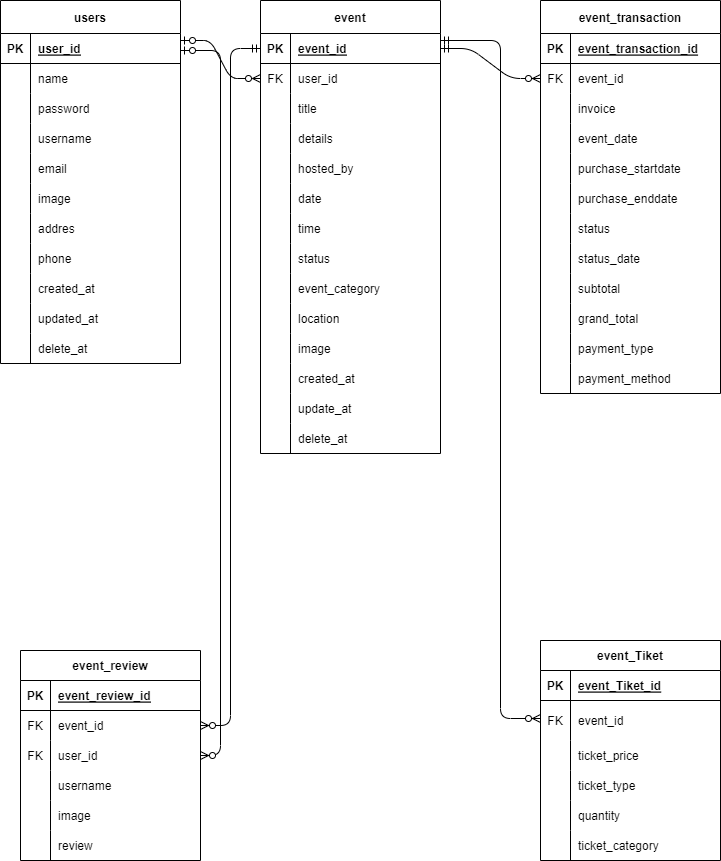
wanta-zulfikri/Event-Planning-App keeps this draw.io diagram as docs/ERD Event App.drawio.png. Above is the earlier version. Source tidied: cells renumbered, new cells last; positions are measured from the earlier drawing's top-left corner, leaving out a move shared by most shapes.
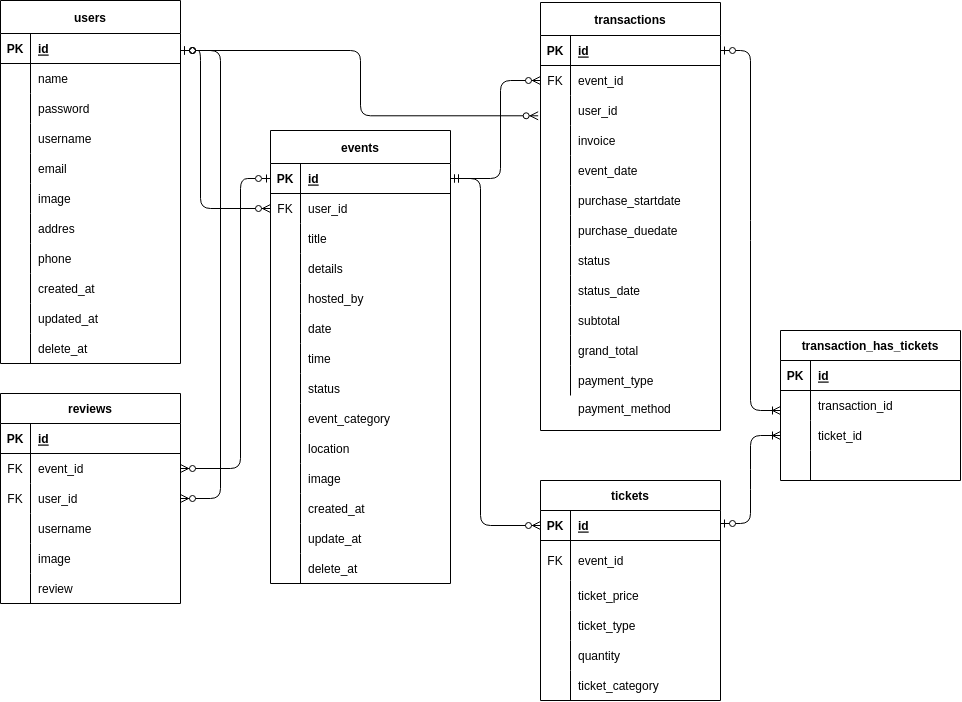
The same file after the commit.

Change to the diagram source:
```diff
@@ -5,3 +5,3 @@
     <mxCell id="2" value="users" style="shape=table;startSize=33;rowLines=0;fontStyle=1;align=center;" parent="1" vertex="1">
-      <mxGeometry width="180" height="363" as="geometry" />
+      <mxGeometry x="370" y="180" width="180" height="363" as="geometry" />
     </mxCell>
@@ -13,3 +13,3 @@
     </mxCell>
-    <mxCell id="5" value="user_id" style="shape=partialRectangle;fillColor=none;top=0;left=0;bottom=0;right=0;align=left;spacingLeft=6;fontStyle=5;overflow=hidden;" parent="3" vertex="1">
+    <mxCell id="5" value="id" style="shape=partialRectangle;fillColor=none;top=0;left=0;bottom=0;right=0;align=left;spacingLeft=6;fontStyle=5;overflow=hidden;" parent="3" vertex="1">
       <mxGeometry x="30" width="150" height="30" as="geometry" />
@@ -106,4 +106,4 @@
     </mxCell>
-    <mxCell id="36" value="event" style="shape=table;startSize=33;rowLines=0;fontStyle=1;align=center;" parent="1" vertex="1">
-      <mxGeometry x="260" width="180" height="453" as="geometry" />
+    <mxCell id="36" value="events" style="shape=table;startSize=33;rowLines=0;fontStyle=1;align=center;" parent="1" vertex="1">
+      <mxGeometry x="640" y="310" width="180" height="453" as="geometry" />
     </mxCell>
@@ -115,3 +115,3 @@
     </mxCell>
-    <mxCell id="39" value="event_id" style="shape=partialRectangle;fillColor=none;top=0;left=0;bottom=0;right=0;align=left;spacingLeft=6;fontStyle=5;overflow=hidden;" parent="37" vertex="1">
+    <mxCell id="39" value="id" style="shape=partialRectangle;fillColor=none;top=0;left=0;bottom=0;right=0;align=left;spacingLeft=6;fontStyle=5;overflow=hidden;" parent="37" vertex="1">
       <mxGeometry x="30" width="150" height="30" as="geometry" />
@@ -235,4 +235,4 @@
     </mxCell>
-    <mxCell id="79" value="event_transaction" style="shape=table;startSize=33;rowLines=0;fontStyle=1;align=center;" parent="1" vertex="1">
-      <mxGeometry x="540" width="180" height="393" as="geometry" />
+    <mxCell id="79" value="transactions" style="shape=table;startSize=33;rowLines=0;fontStyle=1;align=center;" parent="1" vertex="1">
+      <mxGeometry x="910" y="182" width="180" height="428" as="geometry" />
     </mxCell>
@@ -244,3 +244,3 @@
     </mxCell>
-    <mxCell id="82" value="event_transaction_id" style="shape=partialRectangle;fillColor=none;top=0;left=0;bottom=0;right=0;align=left;spacingLeft=6;fontStyle=5;overflow=hidden;" parent="80" vertex="1">
+    <mxCell id="82" value="id" style="shape=partialRectangle;fillColor=none;top=0;left=0;bottom=0;right=0;align=left;spacingLeft=6;fontStyle=5;overflow=hidden;" parent="80" vertex="1">
       <mxGeometry x="30" width="150" height="30" as="geometry" />
@@ -262,3 +262,3 @@
     </mxCell>
-    <mxCell id="88" value="invoice" style="shape=partialRectangle;fillColor=none;top=0;left=0;bottom=0;right=0;align=left;spacingLeft=6;overflow=hidden;" parent="86" vertex="1">
+    <mxCell id="88" value="user_id" style="shape=partialRectangle;fillColor=none;top=0;left=0;bottom=0;right=0;align=left;spacingLeft=6;overflow=hidden;" parent="86" vertex="1">
       <mxGeometry x="30" width="150" height="30" as="geometry" />
@@ -271,3 +271,3 @@
     </mxCell>
-    <mxCell id="91" value="event_date" style="shape=partialRectangle;fillColor=none;top=0;left=0;bottom=0;right=0;align=left;spacingLeft=6;overflow=hidden;" parent="89" vertex="1">
+    <mxCell id="91" value="invoice" style="shape=partialRectangle;fillColor=none;top=0;left=0;bottom=0;right=0;align=left;spacingLeft=6;overflow=hidden;" parent="89" vertex="1">
       <mxGeometry x="30" width="150" height="30" as="geometry" />
@@ -280,3 +280,3 @@
     </mxCell>
-    <mxCell id="94" value="purchase_startdate" style="shape=partialRectangle;fillColor=none;top=0;left=0;bottom=0;right=0;align=left;spacingLeft=6;overflow=hidden;" parent="92" vertex="1">
+    <mxCell id="94" value="event_date" style="shape=partialRectangle;fillColor=none;top=0;left=0;bottom=0;right=0;align=left;spacingLeft=6;overflow=hidden;" parent="92" vertex="1">
       <mxGeometry x="30" width="150" height="30" as="geometry" />
@@ -289,3 +289,3 @@
     </mxCell>
-    <mxCell id="97" value="purchase_enddate" style="shape=partialRectangle;fillColor=none;top=0;left=0;bottom=0;right=0;align=left;spacingLeft=6;overflow=hidden;" parent="95" vertex="1">
+    <mxCell id="97" value="purchase_startdate" style="shape=partialRectangle;fillColor=none;top=0;left=0;bottom=0;right=0;align=left;spacingLeft=6;overflow=hidden;" parent="95" vertex="1">
       <mxGeometry x="30" width="150" height="30" as="geometry" />
@@ -298,3 +298,3 @@
     </mxCell>
-    <mxCell id="100" value="status" style="shape=partialRectangle;fillColor=none;top=0;left=0;bottom=0;right=0;align=left;spacingLeft=6;overflow=hidden;" parent="98" vertex="1">
+    <mxCell id="100" value="purchase_duedate" style="shape=partialRectangle;fillColor=none;top=0;left=0;bottom=0;right=0;align=left;spacingLeft=6;overflow=hidden;" parent="98" vertex="1">
       <mxGeometry x="30" width="150" height="30" as="geometry" />
@@ -307,3 +307,3 @@
     </mxCell>
-    <mxCell id="103" value="status_date" style="shape=partialRectangle;fillColor=none;top=0;left=0;bottom=0;right=0;align=left;spacingLeft=6;overflow=hidden;" parent="101" vertex="1">
+    <mxCell id="103" value="status" style="shape=partialRectangle;fillColor=none;top=0;left=0;bottom=0;right=0;align=left;spacingLeft=6;overflow=hidden;" parent="101" vertex="1">
       <mxGeometry x="30" width="150" height="30" as="geometry" />
@@ -316,3 +316,3 @@
     </mxCell>
-    <mxCell id="106" value="subtotal" style="shape=partialRectangle;fillColor=none;top=0;left=0;bottom=0;right=0;align=left;spacingLeft=6;overflow=hidden;" parent="104" vertex="1">
+    <mxCell id="106" value="status_date" style="shape=partialRectangle;fillColor=none;top=0;left=0;bottom=0;right=0;align=left;spacingLeft=6;overflow=hidden;" parent="104" vertex="1">
       <mxGeometry x="30" width="150" height="30" as="geometry" />
@@ -325,3 +325,3 @@
     </mxCell>
-    <mxCell id="109" value="grand_total " style="shape=partialRectangle;fillColor=none;top=0;left=0;bottom=0;right=0;align=left;spacingLeft=6;overflow=hidden;" parent="107" vertex="1">
+    <mxCell id="109" value="subtotal" style="shape=partialRectangle;fillColor=none;top=0;left=0;bottom=0;right=0;align=left;spacingLeft=6;overflow=hidden;" parent="107" vertex="1">
       <mxGeometry x="30" width="150" height="30" as="geometry" />
@@ -334,3 +334,3 @@
     </mxCell>
-    <mxCell id="112" value="payment_type" style="shape=partialRectangle;fillColor=none;top=0;left=0;bottom=0;right=0;align=left;spacingLeft=6;overflow=hidden;" parent="110" vertex="1">
+    <mxCell id="112" value="grand_total" style="shape=partialRectangle;fillColor=none;top=0;left=0;bottom=0;right=0;align=left;spacingLeft=6;overflow=hidden;" parent="110" vertex="1">
       <mxGeometry x="30" width="150" height="30" as="geometry" />
@@ -343,7 +343,7 @@
     </mxCell>
-    <mxCell id="115" value="payment_method" style="shape=partialRectangle;fillColor=none;top=0;left=0;bottom=0;right=0;align=left;spacingLeft=6;overflow=hidden;" parent="113" vertex="1">
+    <mxCell id="115" value="payment_type" style="shape=partialRectangle;fillColor=none;top=0;left=0;bottom=0;right=0;align=left;spacingLeft=6;overflow=hidden;" parent="113" vertex="1">
       <mxGeometry x="30" width="150" height="30" as="geometry" />
     </mxCell>
-    <mxCell id="116" value="event_review" style="shape=table;startSize=30;rowLines=0;fontStyle=1;align=center;" parent="1" vertex="1">
-      <mxGeometry x="20" y="650" width="180" height="210" as="geometry" />
+    <mxCell id="116" value="reviews" style="shape=table;startSize=30;rowLines=0;fontStyle=1;align=center;" parent="1" vertex="1">
+      <mxGeometry x="370" y="573" width="180" height="210" as="geometry" />
     </mxCell>
@@ -355,3 +355,3 @@
     </mxCell>
-    <mxCell id="119" value="event_review_id" style="shape=partialRectangle;fillColor=none;top=0;left=0;bottom=0;right=0;align=left;spacingLeft=6;fontStyle=5;overflow=hidden;" parent="117" vertex="1">
+    <mxCell id="119" value="id" style="shape=partialRectangle;fillColor=none;top=0;left=0;bottom=0;right=0;align=left;spacingLeft=6;fontStyle=5;overflow=hidden;" parent="117" vertex="1">
       <mxGeometry x="30" width="150" height="30" as="geometry" />
@@ -403,4 +403,4 @@
     </mxCell>
-    <mxCell id="135" value="event_Tiket" style="shape=table;startSize=30;rowLines=0;fontStyle=1;align=center;" parent="1" vertex="1">
-      <mxGeometry x="540" y="640" width="180" height="220" as="geometry" />
+    <mxCell id="135" value="tickets" style="shape=table;startSize=30;rowLines=0;fontStyle=1;align=center;" parent="1" vertex="1">
+      <mxGeometry x="910" y="660" width="180" height="220" as="geometry" />
     </mxCell>
@@ -412,3 +412,3 @@
     </mxCell>
-    <mxCell id="138" value="event_Tiket_id" style="shape=partialRectangle;fillColor=none;top=0;left=0;bottom=0;right=0;align=left;spacingLeft=6;fontStyle=5;overflow=hidden;" parent="136" vertex="1">
+    <mxCell id="138" value="id" style="shape=partialRectangle;fillColor=none;top=0;left=0;bottom=0;right=0;align=left;spacingLeft=6;fontStyle=5;overflow=hidden;" parent="136" vertex="1">
       <mxGeometry x="30" width="150" height="30" as="geometry" />
@@ -460,18 +460,8 @@
     </mxCell>
-    <mxCell id="154" style="edgeStyle=entityRelationEdgeStyle;fontSize=12;html=1;endArrow=ERzeroToMany;startArrow=ERzeroToOne;endFill=0;entryX=0;entryY=0.5;entryDx=0;entryDy=0;startFill=0;" parent="1" edge="1" target="40">
-      <mxGeometry relative="1" as="geometry">
-        <mxPoint x="180" y="40" as="sourcePoint" />
-      </mxGeometry>
-    </mxCell>
-    <mxCell id="155" style="edgeStyle=entityRelationEdgeStyle;fontSize=12;html=1;endArrow=ERzeroToMany;startArrow=ERmandOne;entryX=0;entryY=0.5;entryDx=0;entryDy=0;exitX=1;exitY=0.5;exitDx=0;exitDy=0;" parent="1" edge="1" source="37">
-      <mxGeometry relative="1" as="geometry">
-        <mxPoint x="540" y="78" as="targetPoint" />
-      </mxGeometry>
-    </mxCell>
-    <mxCell id="156" style="edgeStyle=elbowEdgeStyle;fontSize=12;html=1;endArrow=ERzeroToMany;startArrow=ERmandOne;entryX=0;entryY=0.5;entryDx=0;entryDy=0;" parent="1" edge="1">
+    <mxCell id="156" style="edgeStyle=elbowEdgeStyle;fontSize=12;html=1;endArrow=ERzeroToMany;startArrow=ERmandOne;entryX=0;entryY=0.5;entryDx=0;entryDy=0;exitX=1;exitY=0.5;exitDx=0;exitDy=0;" parent="1" edge="1" source="37" target="136">
       <mxGeometry relative="1" as="geometry">
-        <mxPoint x="440" y="40" as="sourcePoint" />
-        <mxPoint x="540" y="718" as="targetPoint" />
         <Array as="points">
-          <mxPoint x="500" y="560" />
+          <mxPoint x="850" y="530" />
+          <mxPoint x="860" y="230" />
+          <mxPoint x="870" y="740" />
         </Array>
@@ -479,13 +469,100 @@
     </mxCell>
+    <mxCell id="158" style="edgeStyle=elbowEdgeStyle;fontSize=12;html=1;endArrow=ERzeroToMany;startArrow=ERzeroToOne;entryX=1;entryY=0.5;entryDx=0;entryDy=0;startFill=0;" parent="1" edge="1" target="123">
+      <mxGeometry relative="1" as="geometry">
+        <mxPoint x="550" y="230" as="sourcePoint" />
+        <Array as="points">
+          <mxPoint x="590" y="580" />
+        </Array>
+      </mxGeometry>
+    </mxCell>
+    <mxCell id="159" value="transaction_has_tickets" style="shape=table;startSize=30;rowLines=0;fontStyle=1;align=center;" parent="1" vertex="1">
+      <mxGeometry x="1150" y="510" width="180" height="150" as="geometry" />
+    </mxCell>
+    <mxCell id="160" style="shape=tableRow;horizontal=0;startSize=0;swimlaneHead=0;swimlaneBody=0;fillColor=none;top=0;left=0;right=0;bottom=1;" parent="159" vertex="1">
+      <mxGeometry y="30" width="180" height="30" as="geometry" />
+    </mxCell>
+    <mxCell id="161" value="PK" style="shape=partialRectangle;fillColor=none;top=0;left=0;bottom=0;right=0;fontStyle=1;overflow=hidden;" parent="160" vertex="1">
+      <mxGeometry width="30" height="30" as="geometry" />
+    </mxCell>
+    <mxCell id="162" value="id" style="shape=partialRectangle;fillColor=none;top=0;left=0;bottom=0;right=0;align=left;spacingLeft=6;fontStyle=5;overflow=hidden;" parent="160" vertex="1">
+      <mxGeometry x="30" width="150" height="30" as="geometry" />
+    </mxCell>
+    <mxCell id="163" style="shape=tableRow;horizontal=0;startSize=0;swimlaneHead=0;swimlaneBody=0;fillColor=none;points=[[0,0.5],[1,0.5]];portConstraint=eastwest;top=0;left=0;right=0;bottom=0;" parent="159" vertex="1">
+      <mxGeometry y="60" width="180" height="30" as="geometry" />
+    </mxCell>
+    <mxCell id="164" style="shape=partialRectangle;fillColor=none;top=0;left=0;bottom=0;right=0;overflow=hidden;" parent="163" vertex="1">
+      <mxGeometry width="30" height="30" as="geometry" />
+    </mxCell>
+    <mxCell id="165" value="transaction_id" style="shape=partialRectangle;fillColor=none;top=0;left=0;bottom=0;right=0;align=left;spacingLeft=6;overflow=hidden;" parent="163" vertex="1">
+      <mxGeometry x="30" width="150" height="30" as="geometry" />
+    </mxCell>
+    <mxCell id="166" style="shape=tableRow;horizontal=0;startSize=0;swimlaneHead=0;swimlaneBody=0;fillColor=none;points=[[0,0.5],[1,0.5]];portConstraint=eastwest;top=0;left=0;right=0;bottom=0;" parent="159" vertex="1">
+      <mxGeometry y="90" width="180" height="30" as="geometry" />
+    </mxCell>
+    <mxCell id="167" style="shape=partialRectangle;fillColor=none;top=0;left=0;bottom=0;right=0;overflow=hidden;" parent="166" vertex="1">
+      <mxGeometry width="30" height="30" as="geometry" />
+    </mxCell>
+    <mxCell id="168" value="ticket_id" style="shape=partialRectangle;fillColor=none;top=0;left=0;bottom=0;right=0;align=left;spacingLeft=6;overflow=hidden;" parent="166" vertex="1">
+      <mxGeometry x="30" width="150" height="30" as="geometry" />
+    </mxCell>
+    <mxCell id="169" style="shape=tableRow;horizontal=0;startSize=0;swimlaneHead=0;swimlaneBody=0;fillColor=none;top=0;left=0;right=0;bottom=0;" parent="159" vertex="1">
+      <mxGeometry y="120" width="180" height="30" as="geometry" />
+    </mxCell>
+    <mxCell id="170" style="shape=partialRectangle;fillColor=none;top=0;left=0;bottom=0;right=0;overflow=hidden;" parent="169" vertex="1">
+      <mxGeometry width="30" height="30" as="geometry" />
+    </mxCell>
+    <mxCell id="171" style="shape=partialRectangle;fillColor=none;top=0;left=0;bottom=0;right=0;align=left;spacingLeft=6;overflow=hidden;" parent="169" vertex="1">
+      <mxGeometry x="30" width="150" height="30" as="geometry" />
+    </mxCell>
+    <mxCell id="172" style="edgeStyle=elbowEdgeStyle;fontSize=12;html=1;endArrow=ERzeroToMany;startArrow=ERmandOne;exitX=1;exitY=0.5;exitDx=0;exitDy=0;entryX=0;entryY=0.5;entryDx=0;entryDy=0;" parent="1" edge="1" target="83">
+      <mxGeometry relative="1" as="geometry">
+        <mxPoint x="820" y="358" as="sourcePoint" />
+        <Array as="points">
+          <mxPoint x="870" y="370" />
+          <mxPoint x="860" y="230" />
+          <mxPoint x="870" y="740" />
+        </Array>
+      </mxGeometry>
+    </mxCell>
+    <mxCell id="173" style="edgeStyle=elbowEdgeStyle;fontSize=12;html=1;endArrow=ERzeroToMany;startArrow=ERzeroToOne;entryX=0;entryY=0.5;entryDx=0;entryDy=0;startFill=0;" parent="1" edge="1" target="40">
+      <mxGeometry relative="1" as="geometry">
+        <mxPoint x="550" y="230" as="sourcePoint" />
+        <Array as="points">
+          <mxPoint x="570" y="310" />
+        </Array>
+      </mxGeometry>
+    </mxCell>
+    <mxCell id="174" style="edgeStyle=elbowEdgeStyle;fontSize=12;html=1;endArrow=ERzeroToMany;startArrow=ERzeroToOne;startFill=0;entryX=-0.013;entryY=0.843;entryDx=0;entryDy=0;entryPerimeter=0;" parent="1" edge="1" target="175">
+      <mxGeometry relative="1" as="geometry">
+        <mxPoint x="550" y="230" as="sourcePoint" />
+        <Array as="points">
+          <mxPoint x="730" y="260" />
+        </Array>
+      </mxGeometry>
+    </mxCell>
-    <mxCell id="157" style="edgeStyle=entityRelationEdgeStyle;fontSize=12;html=1;endArrow=ERzeroToMany;startArrow=ERmandOne;entryX=1;entryY=0.5;entryDx=0;entryDy=0;exitX=0;exitY=0.5;exitDx=0;exitDy=0;" parent="1" edge="1" source="37" target="120">
-      <mxGeometry relative="1" as="geometry" />
+    <mxCell id="157" style="edgeStyle=elbowEdgeStyle;fontSize=12;html=1;endArrow=ERzeroToMany;startArrow=ERzeroToOne;entryX=1;entryY=0.5;entryDx=0;entryDy=0;startFill=0;exitX=0;exitY=0.5;exitDx=0;exitDy=0;" parent="1" edge="1" source="37" target="120">
+      <mxGeometry relative="1" as="geometry">
+        <Array as="points">
+          <mxPoint x="610" y="510" />
+          <mxPoint x="590" y="610" />
+        </Array>
+      </mxGeometry>
     </mxCell>
-    <mxCell id="158" style="edgeStyle=elbowEdgeStyle;fontSize=12;html=1;endArrow=ERzeroToMany;startArrow=ERzeroToOne;entryX=1;entryY=0.5;entryDx=0;entryDy=0;startFill=0;" parent="1" edge="1" target="123">
-      <mxGeometry relative="1" as="geometry">
-        <mxPoint x="180" y="50" as="sourcePoint" />
-        <Array as="points">
-          <mxPoint x="220" y="400" />
-        </Array>
-      </mxGeometry>
-    </mxCell>
+    <mxCell id="175" style="shape=tableRow;horizontal=0;startSize=0;swimlaneHead=0;swimlaneBody=0;fillColor=none;points=[[0,0.5],[1,0.5]];portConstraint=eastwest;top=0;left=0;right=0;bottom=0;" parent="1" vertex="1">
+      <mxGeometry x="910" y="270" width="180" height="30" as="geometry" />
+    </mxCell>
+    <mxCell id="176" style="shape=partialRectangle;fillColor=none;top=0;left=0;bottom=0;right=0;overflow=hidden;" parent="175" vertex="1">
+      <mxGeometry width="30" height="30" as="geometry" />
+    </mxCell>
+    <mxCell id="177" value="payment_method" style="shape=partialRectangle;fillColor=none;top=0;left=0;bottom=0;right=0;align=left;spacingLeft=6;overflow=hidden;" parent="1" vertex="1">
+      <mxGeometry x="940" y="573" width="150" height="30" as="geometry" />
+    </mxCell>
+    <mxCell id="178" style="edgeStyle=entityRelationEdgeStyle;fontSize=12;html=1;endArrow=ERoneToMany;startArrow=ERzeroToOne;entryX=0;entryY=0.667;entryDx=0;entryDy=0;exitX=1;exitY=0.5;exitDx=0;exitDy=0;entryPerimeter=0;" parent="1" edge="1" source="80" target="163">
+      <mxGeometry relative="1" as="geometry" />
+    </mxCell>
+    <mxCell id="179" style="edgeStyle=entityRelationEdgeStyle;fontSize=12;html=1;endArrow=ERoneToMany;startArrow=ERzeroToOne;entryX=0;entryY=0.5;entryDx=0;entryDy=0;" parent="1" edge="1" target="166">
+      <mxGeometry relative="1" as="geometry">
+        <mxPoint x="1090" y="703" as="sourcePoint" />
+      </mxGeometry>
+    </mxCell>
   </root>
```
